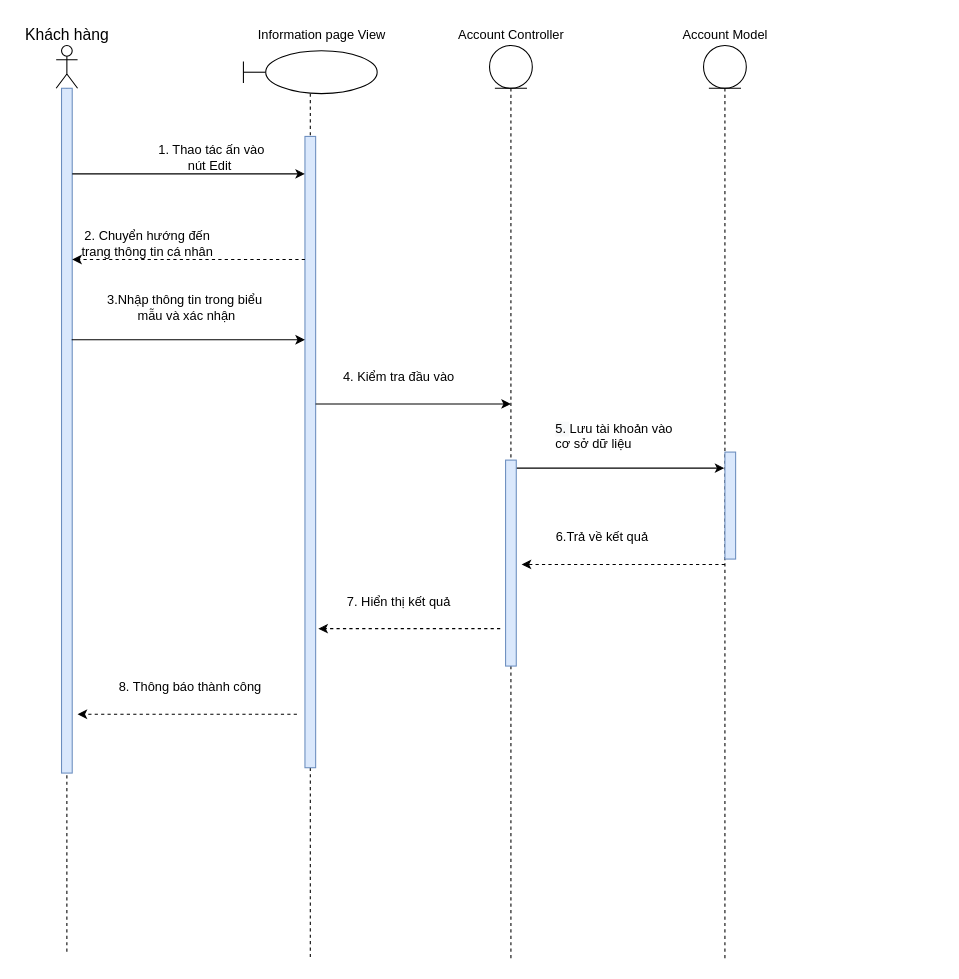
EdgarIgnite16/SGU-Course keeps this draw.io diagram as Nam3_HK1/CNPM_SoftTech/Sequence Diagrams/Linh Quân/SD_ĐổiThôngTinCáNhân.drawio. Above is the earlier version. Source tidied: cells renumbered, new cells numbered last; positions are measured from the earlier drawing's top-left corner, leaving out a move shared by most shapes. Both pictures are drawn from the tidied source at 107%, with x=0, y=0 at pixel (18, 18).
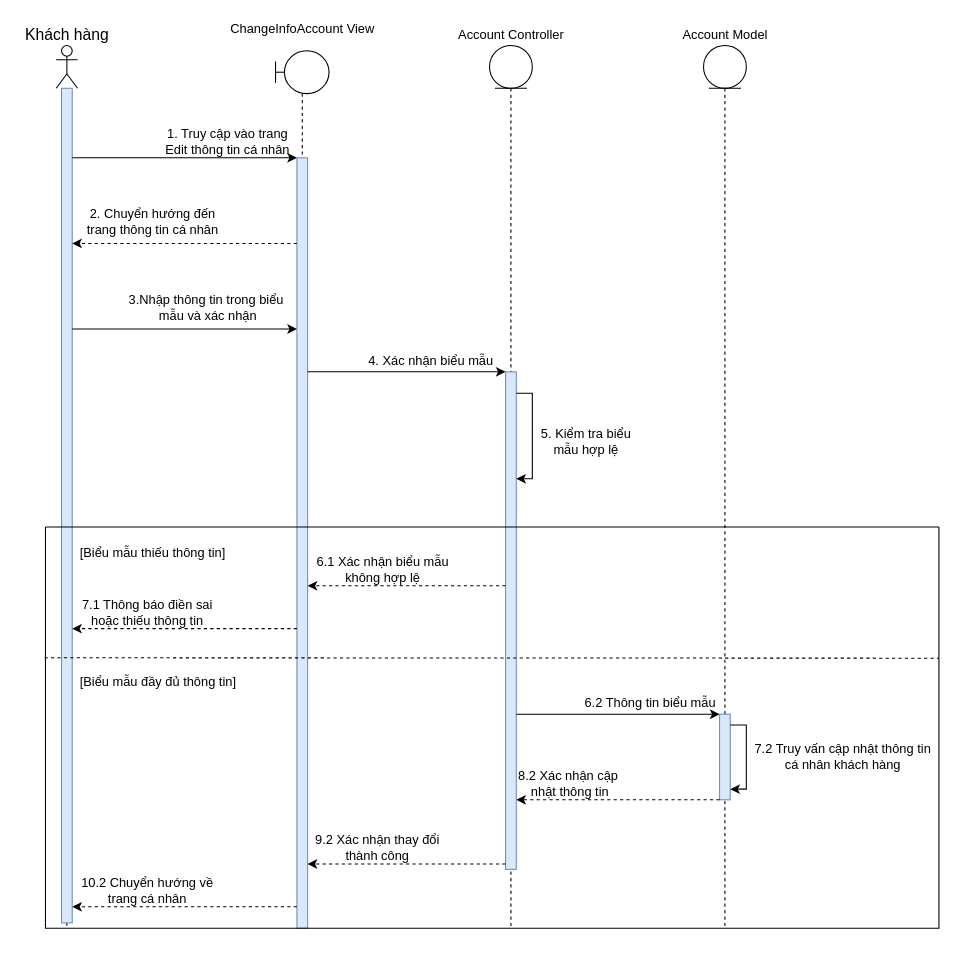
After the change.

Diff of the diagram source:
```diff
@@
     <mxCell id="2" style="shape=umlLifeline;participant=umlActor;perimeter=lifelinePerimeter;whiteSpace=wrap;html=1;verticalAlign=top;spacingTop=36;" parent="1" vertex="1">
-      <mxGeometry x="35" y="25" width="20" height="850" as="geometry" />
+      <mxGeometry x="35" y="25" width="20" height="825" as="geometry" />
     </mxCell>
     <mxCell id="3" style="html=1;points=[];perimeter=orthogonalPerimeter;fillColor=#dae8fc;strokeColor=#6c8ebf;" parent="2" vertex="1">
-      <mxGeometry x="5" y="40" width="10" height="640" as="geometry" />
+      <mxGeometry x="5" y="40" width="10" height="780" as="geometry" />
     </mxCell>
@@
     <mxCell id="5" style="shape=umlLifeline;participant=umlBoundary;perimeter=lifelinePerimeter;whiteSpace=wrap;html=1;verticalAlign=top;spacingTop=36;" parent="1" vertex="1">
-      <mxGeometry x="210" y="30" width="125" height="850" as="geometry" />
+      <mxGeometry x="240" y="30" width="50" height="820" as="geometry" />
     </mxCell>
     <mxCell id="6" style="html=1;points=[];perimeter=orthogonalPerimeter;fillColor=#dae8fc;strokeColor=#6c8ebf;" parent="5" vertex="1">
-      <mxGeometry x="57.5" y="80" width="10" height="590" as="geometry" />
+      <mxGeometry x="20" y="100" width="10" height="720" as="geometry" />
     </mxCell>
-    <mxCell id="7" value="Information page View" style="text;html=1;align=center;verticalAlign=middle;strokeColor=none;fillColor=none;" parent="1" vertex="1">
-      <mxGeometry x="212.5" width="140" height="30" as="geometry" />
+    <mxCell id="7" value="ChangeInfoAccount View" style="text;html=1;align=center;verticalAlign=middle;strokeColor=none;fillColor=none;" parent="1" vertex="1">
+      <mxGeometry x="190" width="150" height="20" as="geometry" />
     </mxCell>
-    <mxCell id="8" value="Account&amp;nbsp;Controller" style="text;html=1;align=center;verticalAlign=middle;strokeColor=none;fillColor=none;" parent="1" vertex="1">
-      <mxGeometry x="400" width="120" height="30" as="geometry" />
+    <mxCell id="8" value="Account Controller" style="text;html=1;align=center;verticalAlign=middle;strokeColor=none;fillColor=none;" parent="1" vertex="1">
+      <mxGeometry x="405" y="5" width="110" height="20" as="geometry" />
     </mxCell>
     <mxCell id="9" style="shape=umlLifeline;participant=umlEntity;perimeter=lifelinePerimeter;whiteSpace=wrap;html=1;verticalAlign=top;spacingTop=36;outlineConnect=0;" parent="1" vertex="1">
-      <mxGeometry x="640" y="25" width="40" height="855" as="geometry" />
+      <mxGeometry x="640" y="25" width="40" height="825" as="geometry" />
     </mxCell>
-    <mxCell id="10" style="html=1;perimeter=orthogonalPerimeter;fillColor=#dae8fc;strokeColor=#6c8ebf;" parent="9" vertex="1">
-      <mxGeometry x="20" y="380" width="10" height="100" as="geometry" />
-    </mxCell>
+    <mxCell id="30" style="html=1;points=[];perimeter=orthogonalPerimeter;fillColor=#dae8fc;strokeColor=#6c8ebf;" parent="9" vertex="1">
+      <mxGeometry x="15" y="625" width="10" height="80" as="geometry" />
+    </mxCell>
+    <mxCell id="31" style="edgeStyle=orthogonalEdgeStyle;rounded=0;orthogonalLoop=1;jettySize=auto;html=1;" parent="9" edge="1" source="30" target="30">
+      <mxGeometry relative="1" as="geometry">
+        <Array as="points">
+          <mxPoint x="40" y="635" />
+        </Array>
+      </mxGeometry>
+    </mxCell>
@@
     <mxCell id="12" style="edgeStyle=orthogonalEdgeStyle;rounded=0;jettySize=auto;html=1;" parent="1" edge="1" source="3" target="6">
       <mxGeometry relative="1" as="geometry">
         <Array as="points">
-          <mxPoint x="95" y="145" />
-          <mxPoint x="95" y="145" />
+          <mxPoint x="150" y="130" />
+          <mxPoint x="150" y="130" />
         </Array>
       </mxGeometry>
     </mxCell>
-    <mxCell id="13" value="1. Thao tác ấn vào &lt;br&gt;nút Edit&amp;nbsp;" style="text;html=1;align=center;verticalAlign=middle;strokeColor=none;fillColor=none;" parent="1" vertex="1">
-      <mxGeometry x="120" y="110" width="120" height="40" as="geometry" />
+    <mxCell id="13" value="1. Truy cập vào trang&lt;br&gt;Edit thông tin cá nhân" style="text;html=1;align=center;verticalAlign=middle;strokeColor=none;fillColor=none;" parent="1" vertex="1">
+      <mxGeometry x="130" y="100" width="130" height="30" as="geometry" />
     </mxCell>
     <mxCell id="14" style="edgeStyle=orthogonalEdgeStyle;rounded=0;jettySize=auto;html=1;dashed=1;" parent="1" edge="1" source="6" target="3">
       <mxGeometry relative="1" as="geometry">
         <Array as="points">
-          <mxPoint x="165" y="225" />
-          <mxPoint x="165" y="225" />
+          <mxPoint x="160" y="210" />
+          <mxPoint x="160" y="210" />
         </Array>
       </mxGeometry>
     </mxCell>
     <mxCell id="15" value="2. Chuyển hướng đến &lt;br&gt;trang thông tin cá nhân" style="text;html=1;align=center;verticalAlign=middle;strokeColor=none;fillColor=none;" parent="1" vertex="1">
-      <mxGeometry x="45" y="190" width="150" height="40" as="geometry" />
+      <mxGeometry x="50" y="170" width="150" height="40" as="geometry" />
     </mxCell>
     <mxCell id="16" value="3.Nhập thông tin trong biểu&lt;br&gt;&amp;nbsp;mẫu và xác nhận" style="text;html=1;align=center;verticalAlign=middle;strokeColor=none;fillColor=none;" parent="1" vertex="1">
-      <mxGeometry x="70" y="250" width="170" height="40" as="geometry" />
+      <mxGeometry x="90" y="250" width="170" height="40" as="geometry" />
     </mxCell>
-    <mxCell id="17" value="&lt;span style=&quot;color: rgb(0, 0, 0); font-family: Helvetica; font-size: 12px; font-style: normal; font-variant-ligatures: normal; font-variant-caps: normal; font-weight: 400; letter-spacing: normal; orphans: 2; text-align: center; text-indent: 0px; text-transform: none; widows: 2; word-spacing: 0px; -webkit-text-stroke-width: 0px; background-color: rgb(248, 249, 250); text-decoration-thickness: initial; text-decoration-style: initial; text-decoration-color: initial; float: none; display: inline !important;&quot;&gt;5.&amp;nbsp;&lt;/span&gt;&lt;span style=&quot;text-align: center;&quot;&gt;Lưu tài khoản vào&lt;/span&gt;&lt;br style=&quot;text-align: center;&quot;&gt;&lt;span style=&quot;text-align: center;&quot;&gt;cơ sở dữ liệu&lt;/span&gt;" style="text;whiteSpace=wrap;html=1;" parent="1" vertex="1">
-      <mxGeometry x="500" y="370" width="140" height="50" as="geometry" />
-    </mxCell>
-    <mxCell id="18" style="edgeStyle=orthogonalEdgeStyle;rounded=0;jettySize=auto;html=1;" parent="1" edge="1" source="21" target="9">
-      <mxGeometry relative="1" as="geometry">
-        <Array as="points">
-          <mxPoint x="560" y="420" />
-          <mxPoint x="560" y="420" />
-        </Array>
-      </mxGeometry>
-    </mxCell>
-    <mxCell id="19" value="4. Kiểm tra đầu vào" style="text;html=1;align=center;verticalAlign=middle;strokeColor=none;fillColor=none;" parent="1" vertex="1">
-      <mxGeometry x="290" y="320" width="130" height="30" as="geometry" />
-    </mxCell>
-    <mxCell id="20" style="edgeStyle=orthogonalEdgeStyle;rounded=0;jettySize=auto;html=1;" parent="1" edge="1" source="6">
-      <mxGeometry relative="1" as="geometry">
-        <mxPoint x="460" y="360" as="targetPoint" />
-        <Array as="points">
-          <mxPoint x="460" y="360" />
-        </Array>
-      </mxGeometry>
-    </mxCell>
     <mxCell id="21" style="shape=umlLifeline;participant=umlEntity;perimeter=lifelinePerimeter;whiteSpace=wrap;html=1;verticalAlign=top;spacingTop=36;outlineConnect=0;" parent="1" vertex="1">
-      <mxGeometry x="440" y="25" width="40" height="855" as="geometry" />
+      <mxGeometry x="440" y="25" width="40" height="825" as="geometry" />
     </mxCell>
-    <mxCell id="22" style="html=1;perimeter=orthogonalPerimeter;fillColor=#dae8fc;strokeColor=#6c8ebf;" parent="21" vertex="1">
-      <mxGeometry x="15" y="387.5" width="10" height="192.5" as="geometry" />
-    </mxCell>
-    <mxCell id="23" style="edgeStyle=orthogonalEdgeStyle;rounded=0;orthogonalLoop=1;jettySize=auto;html=1;dashed=1;" parent="1" edge="1">
-      <mxGeometry relative="1" as="geometry">
-        <mxPoint x="660" y="510" as="sourcePoint" />
-        <mxPoint x="470" y="510" as="targetPoint" />
-        <Array as="points">
-          <mxPoint x="471" y="510" />
-        </Array>
-      </mxGeometry>
-    </mxCell>
-    <mxCell id="24" value="6.Trả về kết quả" style="text;html=1;align=center;verticalAlign=middle;strokeColor=none;fillColor=none;" parent="1" vertex="1">
-      <mxGeometry x="490" y="470" width="110" height="30" as="geometry" />
-    </mxCell>
-    <mxCell id="25" value="8. Thông báo thành công" style="text;html=1;align=center;verticalAlign=middle;strokeColor=none;fillColor=none;" parent="1" vertex="1">
-      <mxGeometry x="80" y="610" width="160" height="30" as="geometry" />
-    </mxCell>
-    <mxCell id="26" style="edgeStyle=orthogonalEdgeStyle;rounded=0;orthogonalLoop=1;jettySize=auto;html=1;dashed=1;" parent="1" edge="1">
-      <mxGeometry relative="1" as="geometry">
-        <mxPoint x="260" y="650" as="sourcePoint" />
-        <mxPoint x="55" y="650" as="targetPoint" />
-        <Array as="points">
-          <mxPoint x="231.8" y="650" />
-          <mxPoint x="231.8" y="650" />
-        </Array>
-      </mxGeometry>
-    </mxCell>
+    <mxCell id="32" style="html=1;points=[];perimeter=orthogonalPerimeter;fillColor=#dae8fc;strokeColor=#6c8ebf;" parent="21" vertex="1">
+      <mxGeometry x="15" y="305" width="10" height="465" as="geometry" />
+    </mxCell>
+    <mxCell id="33" style="edgeStyle=orthogonalEdgeStyle;rounded=0;jettySize=auto;html=1;" parent="21" edge="1" source="32">
+      <mxGeometry relative="1" as="geometry">
+        <mxPoint x="25" y="405" as="targetPoint" />
+        <Array as="points">
+          <mxPoint x="40" y="325" />
+          <mxPoint x="40" y="405" />
+        </Array>
+      </mxGeometry>
+    </mxCell>
-    <mxCell id="27" style="edgeStyle=orthogonalEdgeStyle;rounded=0;orthogonalLoop=1;jettySize=auto;html=1;" parent="1" edge="1">
+    <mxCell id="27" style="edgeStyle=orthogonalEdgeStyle;rounded=0;jettySize=auto;html=1;" parent="1" edge="1" source="3" target="6">
       <mxGeometry relative="1" as="geometry">
-        <mxPoint x="49.5" y="300" as="sourcePoint" />
-        <mxPoint x="267.5" y="300" as="targetPoint" />
         <Array as="points">
-          <mxPoint x="49.5" y="300" />
+          <mxPoint x="120" y="290" />
+          <mxPoint x="120" y="290" />
         </Array>
       </mxGeometry>
     </mxCell>
-    <mxCell id="28" value="7. Hiển thị kết quả" style="text;html=1;align=center;verticalAlign=middle;strokeColor=none;fillColor=none;" parent="1" vertex="1">
-      <mxGeometry x="295" y="530" width="120" height="30" as="geometry" />
-    </mxCell>
-    <mxCell id="29" style="edgeStyle=orthogonalEdgeStyle;rounded=0;orthogonalLoop=1;jettySize=auto;html=1;dashed=1;" parent="1" edge="1">
-      <mxGeometry relative="1" as="geometry">
-        <mxPoint x="450" y="570" as="sourcePoint" />
-        <mxPoint x="280" y="570" as="targetPoint" />
-        <Array as="points">
-          <mxPoint x="372.5" y="570" />
-          <mxPoint x="372.5" y="570" />
-        </Array>
-      </mxGeometry>
-    </mxCell>
+    <mxCell id="34" style="edgeStyle=orthogonalEdgeStyle;rounded=0;jettySize=auto;html=1;" parent="1" edge="1" source="6" target="32">
+      <mxGeometry relative="1" as="geometry">
+        <Array as="points">
+          <mxPoint x="380" y="330" />
+          <mxPoint x="380" y="330" />
+        </Array>
+      </mxGeometry>
+    </mxCell>
+    <mxCell id="35" value="4. Xác nhận biểu mẫu" style="text;html=1;align=center;verticalAlign=middle;strokeColor=none;fillColor=none;" parent="1" vertex="1">
+      <mxGeometry x="320" y="310" width="130" height="20" as="geometry" />
+    </mxCell>
+    <mxCell id="36" value="5. Kiểm tra biểu&lt;br&gt;mẫu hợp lệ" style="text;html=1;align=center;verticalAlign=middle;strokeColor=none;fillColor=none;" parent="1" vertex="1">
+      <mxGeometry x="480" y="380" width="100" height="30" as="geometry" />
+    </mxCell>
+    <mxCell id="37" value="[Biểu mẫu thiếu thông tin]" style="text;html=1;align=center;verticalAlign=middle;strokeColor=none;fillColor=none;" parent="1" vertex="1">
+      <mxGeometry x="50" y="490" width="150" height="20" as="geometry" />
+    </mxCell>
+    <mxCell id="38" style="edgeStyle=orthogonalEdgeStyle;rounded=0;jettySize=auto;html=1;dashed=1;" parent="1" edge="1" source="32" target="6">
+      <mxGeometry relative="1" as="geometry">
+        <Array as="points">
+          <mxPoint x="410" y="530" />
+          <mxPoint x="410" y="530" />
+        </Array>
+      </mxGeometry>
+    </mxCell>
+    <mxCell id="39" value="6.1 Xác nhận biểu mẫu&lt;br&gt;không hợp lệ" style="text;html=1;align=center;verticalAlign=middle;strokeColor=none;fillColor=none;" parent="1" vertex="1">
+      <mxGeometry x="270" y="500" width="140" height="30" as="geometry" />
+    </mxCell>
+    <mxCell id="40" style="edgeStyle=orthogonalEdgeStyle;rounded=0;jettySize=auto;html=1;dashed=1;" parent="1" edge="1" source="6" target="3">
+      <mxGeometry relative="1" as="geometry">
+        <Array as="points">
+          <mxPoint x="180" y="570" />
+          <mxPoint x="180" y="570" />
+        </Array>
+      </mxGeometry>
+    </mxCell>
+    <mxCell id="41" value="7.1 Thông báo điền sai &lt;br&gt;hoặc thiếu thông tin" style="text;html=1;align=center;verticalAlign=middle;strokeColor=none;fillColor=none;" parent="1" vertex="1">
+      <mxGeometry x="50" y="540" width="140" height="30" as="geometry" />
+    </mxCell>
+    <mxCell id="42" value="[Biểu mẫu đầy đủ thông tin]" style="text;html=1;align=center;verticalAlign=middle;strokeColor=none;fillColor=none;" parent="1" vertex="1">
+      <mxGeometry x="50" y="610" width="160" height="20" as="geometry" />
+    </mxCell>
+    <mxCell id="43" style="edgeStyle=orthogonalEdgeStyle;rounded=0;jettySize=auto;html=1;" parent="1" edge="1" source="32" target="30">
+      <mxGeometry relative="1" as="geometry">
+        <Array as="points">
+          <mxPoint x="520" y="650" />
+          <mxPoint x="520" y="650" />
+        </Array>
+      </mxGeometry>
+    </mxCell>
+    <mxCell id="44" value="6.2 Thông tin biểu mẫu" style="text;html=1;align=center;verticalAlign=middle;strokeColor=none;fillColor=none;" parent="1" vertex="1">
+      <mxGeometry x="520" y="630" width="140" height="20" as="geometry" />
+    </mxCell>
+    <mxCell id="45" value="7.2 Truy vấn cập nhật thông tin &lt;br&gt;cá nhân khách hàng" style="text;html=1;align=center;verticalAlign=middle;strokeColor=none;fillColor=none;" parent="1" vertex="1">
+      <mxGeometry x="680" y="675" width="180" height="30" as="geometry" />
+    </mxCell>
+    <mxCell id="46" style="edgeStyle=orthogonalEdgeStyle;rounded=0;jettySize=auto;html=1;dashed=1;" parent="1" edge="1" source="30" target="32">
+      <mxGeometry relative="1" as="geometry">
+        <Array as="points">
+          <mxPoint x="560" y="730" />
+          <mxPoint x="560" y="730" />
+        </Array>
+      </mxGeometry>
+    </mxCell>
+    <mxCell id="47" value="8.2 Xác nhận cập&amp;nbsp;&lt;br&gt;nhật thông tin" style="text;html=1;align=center;verticalAlign=middle;strokeColor=none;fillColor=none;" parent="1" vertex="1">
+      <mxGeometry x="460" y="700" width="110" height="30" as="geometry" />
+    </mxCell>
+    <mxCell id="48" style="edgeStyle=orthogonalEdgeStyle;rounded=0;jettySize=auto;html=1;dashed=1;" parent="1" edge="1" source="32" target="6">
+      <mxGeometry relative="1" as="geometry">
+        <Array as="points">
+          <mxPoint x="370" y="790" />
+          <mxPoint x="370" y="790" />
+        </Array>
+      </mxGeometry>
+    </mxCell>
+    <mxCell id="49" value="9.2 Xác nhận thay đổi&lt;br&gt;thành công" style="text;html=1;align=center;verticalAlign=middle;strokeColor=none;fillColor=none;" parent="1" vertex="1">
+      <mxGeometry x="270" y="760" width="130" height="30" as="geometry" />
+    </mxCell>
+    <mxCell id="50" style="edgeStyle=orthogonalEdgeStyle;rounded=0;jettySize=auto;html=1;dashed=1;" parent="1" edge="1" source="6" target="3">
+      <mxGeometry relative="1" as="geometry">
+        <Array as="points">
+          <mxPoint x="160" y="830" />
+          <mxPoint x="160" y="830" />
+        </Array>
+      </mxGeometry>
+    </mxCell>
+    <mxCell id="51" value="10.2 Chuyển hướng về&lt;br&gt;trang cá nhân" style="text;html=1;align=center;verticalAlign=middle;strokeColor=none;fillColor=none;" parent="1" vertex="1">
+      <mxGeometry x="50" y="800" width="140" height="30" as="geometry" />
+    </mxCell>
+    <mxCell id="52" style="swimlane;startSize=0;" parent="1" vertex="1">
+      <mxGeometry x="25" y="475" width="835" height="375" as="geometry" />
+    </mxCell>
+    <mxCell id="53" style="endArrow=none;dashed=1;html=1;rounded=0;exitX=-0.001;exitY=0.326;exitDx=0;exitDy=0;exitPerimeter=0;entryX=1;entryY=0.327;entryDx=0;entryDy=0;entryPerimeter=0;" parent="1" edge="1" source="52" target="52">
+      <mxGeometry relative="1" as="geometry" />
+    </mxCell>
```
